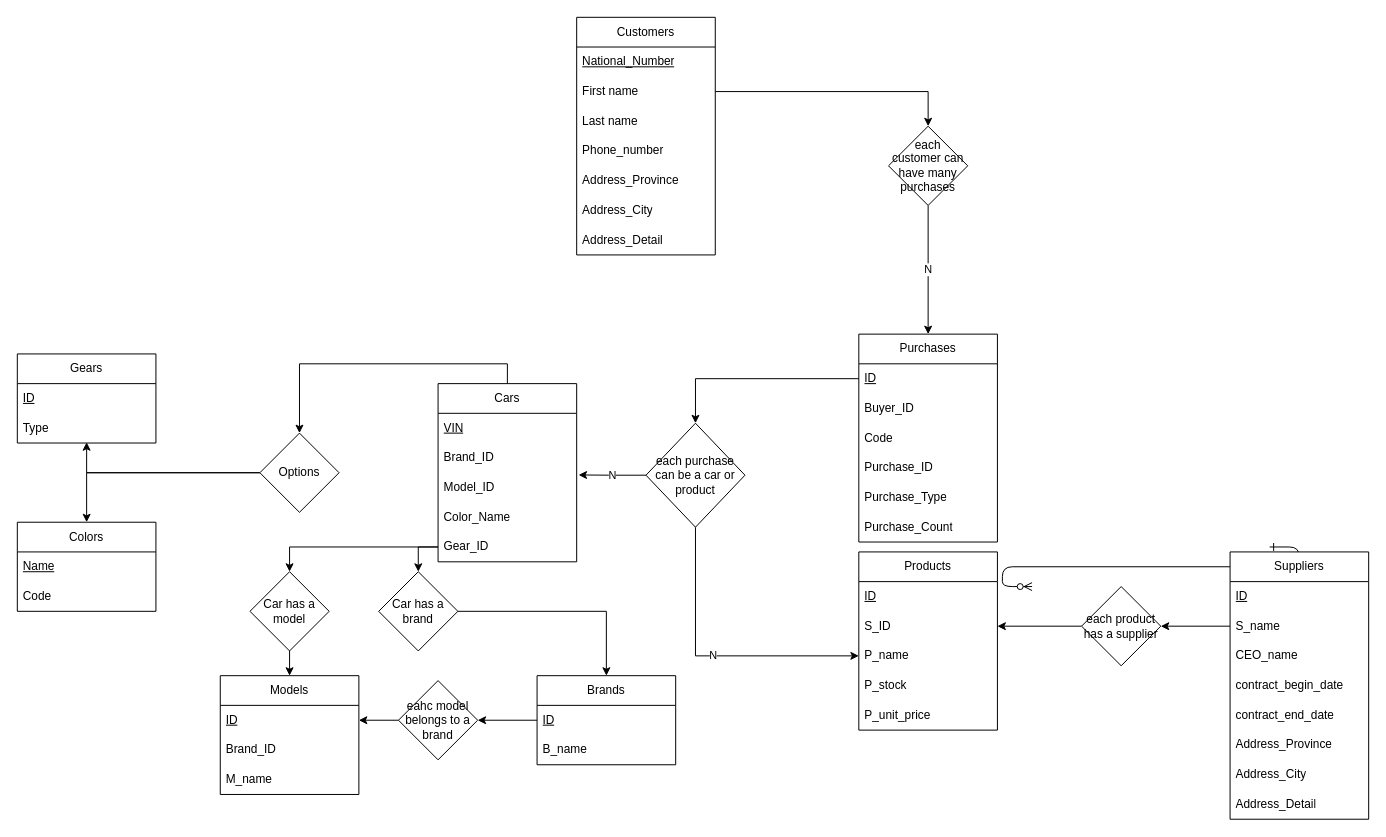
pouyam79i/DB_project keeps this draw.io diagram as P1/Database.drawio. Above is the earlier version. Source tidied: cells renumbered, new cells numbered last; positions are measured from the earlier drawing's top-left corner, leaving out a move shared by most shapes. Both pictures are drawn from the tidied source at 99%, with x=0, y=0 at pixel (17, 17).
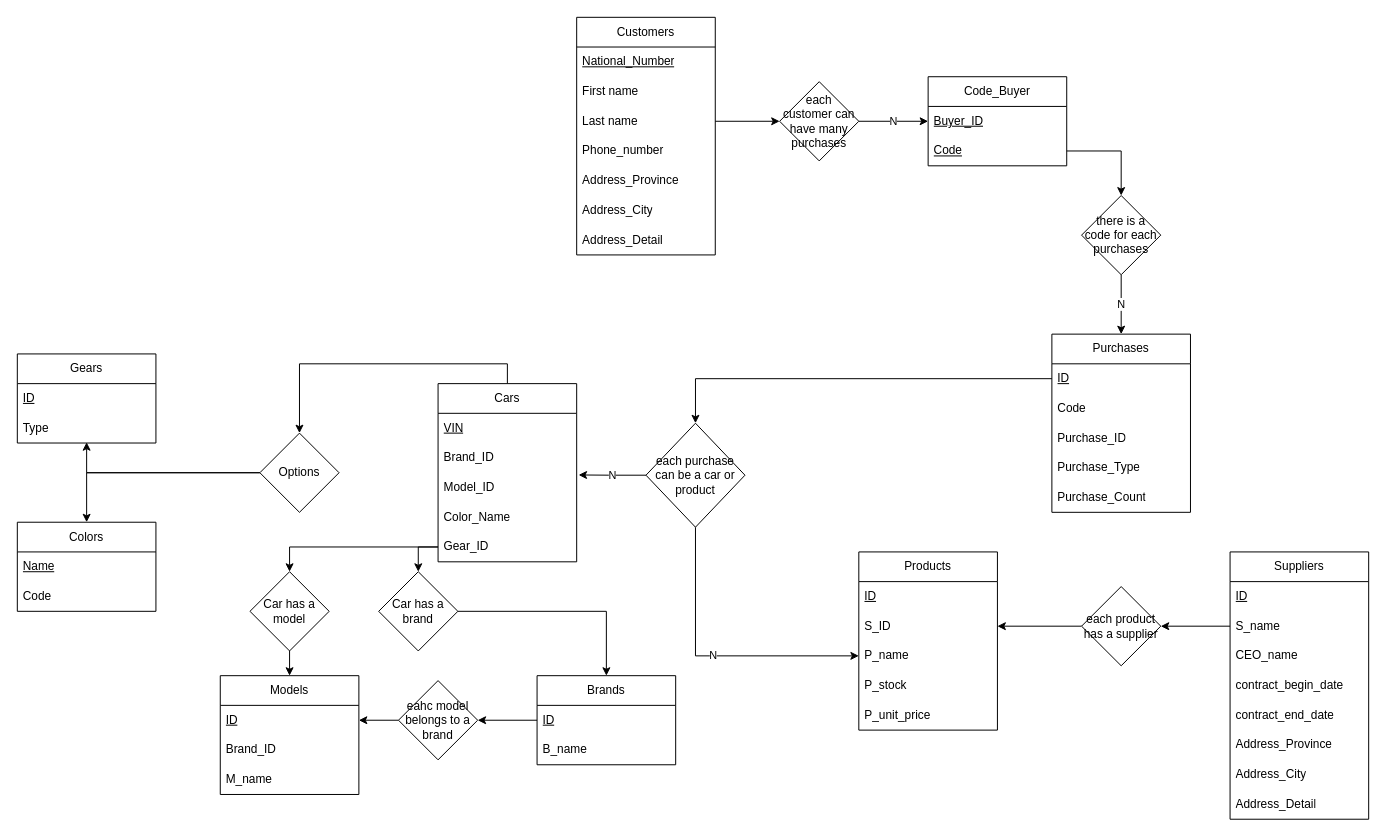
After the change.

The change refers to these unchanged cells:
```xml
<mxCell id="41" value="First name" style="text;strokeColor=none;fillColor=none;align=left;verticalAlign=middle;spacingLeft=4;spacingRight=4;overflow=hidden;points=[[0,0.5],[1,0.5]];portConstraint=eastwest;whiteSpace=wrap;html=1;" parent="39" vertex="1">
  <mxGeometry y="60" width="140" height="30" as="geometry" />
</mxCell>
<mxCell id="42" value="Last name" style="text;strokeColor=none;fillColor=none;align=left;verticalAlign=middle;spacingLeft=4;spacingRight=4;overflow=hidden;points=[[0,0.5],[1,0.5]];portConstraint=eastwest;whiteSpace=wrap;html=1;" parent="39" vertex="1">
  <mxGeometry y="90" width="140" height="30" as="geometry" />
</mxCell>
```

The edit, as a diff of the source:
```diff
@@
-    <mxCell id="2" style="edgeStyle=entityRelationEdgeStyle;endArrow=ERzeroToMany;startArrow=ERone;endFill=1;startFill=0;" parent="1" edge="1">
-      <mxGeometry relative="1" as="geometry">
-        <mxPoint x="1265" y="535" as="sourcePoint" />
-        <mxPoint x="1025" y="575" as="targetPoint" />
-      </mxGeometry>
-    </mxCell>
@@
     <mxCell id="47" value="Purchases" style="swimlane;fontStyle=0;horizontal=1;startSize=30;whiteSpace=wrap;html=1;" parent="1" vertex="1">
-      <mxGeometry x="850" y="320" width="140" height="210" as="geometry" />
+      <mxGeometry x="1045" y="320" width="140" height="180" as="geometry" />
     </mxCell>
@@
-    <mxCell id="49" value="Buyer_ID" style="text;strokeColor=none;fillColor=none;align=left;verticalAlign=middle;spacingLeft=4;spacingRight=4;overflow=hidden;points=[[0,0.5],[1,0.5]];portConstraint=eastwest;whiteSpace=wrap;html=1;" parent="47" vertex="1">
-      <mxGeometry y="60" width="140" height="30" as="geometry" />
-    </mxCell>
     <mxCell id="50" value="Code" style="text;strokeColor=none;fillColor=none;align=left;verticalAlign=middle;spacingLeft=4;spacingRight=4;overflow=hidden;whiteSpace=wrap;html=1;" parent="47" vertex="1">
-      <mxGeometry y="90" width="140" height="30" as="geometry" />
+      <mxGeometry y="60" width="140" height="30" as="geometry" />
     </mxCell>
     <mxCell id="51" value="Purchase_ID" style="text;strokeColor=none;fillColor=none;align=left;verticalAlign=middle;spacingLeft=4;spacingRight=4;overflow=hidden;whiteSpace=wrap;html=1;" parent="47" vertex="1">
-      <mxGeometry y="120" width="140" height="30" as="geometry" />
+      <mxGeometry y="90" width="140" height="30" as="geometry" />
     </mxCell>
     <mxCell id="52" value="Purchase_Type" style="text;strokeColor=none;fillColor=none;align=left;verticalAlign=middle;spacingLeft=4;spacingRight=4;overflow=hidden;whiteSpace=wrap;html=1;" parent="47" vertex="1">
-      <mxGeometry y="150" width="140" height="30" as="geometry" />
+      <mxGeometry y="120" width="140" height="30" as="geometry" />
     </mxCell>
     <mxCell id="53" value="Purchase_Count" style="text;strokeColor=none;fillColor=none;align=left;verticalAlign=middle;spacingLeft=4;spacingRight=4;overflow=hidden;whiteSpace=wrap;html=1;" parent="47" vertex="1">
-      <mxGeometry y="180" width="140" height="30" as="geometry" />
+      <mxGeometry y="150" width="140" height="30" as="geometry" />
     </mxCell>
@@
-    <mxCell id="69" value="N" style="edgeStyle=orthogonalEdgeStyle;rounded=0;jettySize=auto;html=1;exitX=0.5;exitY=1;exitDx=0;exitDy=0;entryX=0.5;entryY=0;entryDx=0;entryDy=0;" parent="1" edge="1" source="70" target="47">
-      <mxGeometry relative="1" as="geometry" />
-    </mxCell>
+    <mxCell id="75" value="N" style="edgeStyle=orthogonalEdgeStyle;rounded=0;jettySize=auto;html=1;exitX=1;exitY=0.5;exitDx=0;exitDy=0;entryX=0;entryY=0.5;entryDx=0;entryDy=0;" parent="1" edge="1" source="70" target="49">
+      <mxGeometry relative="1" as="geometry" />
+    </mxCell>
     <mxCell id="70" value="each customer can have many purchases" style="rhombus;whiteSpace=wrap;html=1;" parent="1" vertex="1">
-      <mxGeometry x="880" y="110" width="80" height="80" as="geometry" />
+      <mxGeometry x="770" y="65" width="80" height="80" as="geometry" />
     </mxCell>
-    <mxCell id="71" style="edgeStyle=orthogonalEdgeStyle;rounded=0;jettySize=auto;html=1;exitX=1;exitY=0.5;exitDx=0;exitDy=0;entryX=0.5;entryY=0;entryDx=0;entryDy=0;" parent="1" edge="1" source="41" target="70">
-      <mxGeometry relative="1" as="geometry" />
-    </mxCell>
@@
+    <mxCell id="76" value="Code_Buyer" style="swimlane;fontStyle=0;horizontal=1;startSize=30;whiteSpace=wrap;html=1;" parent="1" vertex="1">
+      <mxGeometry x="920" y="60" width="140" height="90" as="geometry" />
+    </mxCell>
+    <mxCell id="49" value="&lt;u&gt;Buyer_ID&lt;/u&gt;" style="text;strokeColor=none;fillColor=none;align=left;verticalAlign=middle;spacingLeft=4;spacingRight=4;overflow=hidden;points=[[0,0.5],[1,0.5]];portConstraint=eastwest;whiteSpace=wrap;html=1;" parent="76" vertex="1">
+      <mxGeometry y="30" width="140" height="30" as="geometry" />
+    </mxCell>
+    <mxCell id="77" value="&lt;u&gt;Code&lt;/u&gt;" style="text;strokeColor=none;fillColor=none;align=left;verticalAlign=middle;spacingLeft=4;spacingRight=4;overflow=hidden;points=[[0,0.5],[1,0.5]];portConstraint=eastwest;whiteSpace=wrap;html=1;" parent="76" vertex="1">
+      <mxGeometry y="60" width="140" height="30" as="geometry" />
+    </mxCell>
+    <mxCell id="69" value="N" style="edgeStyle=orthogonalEdgeStyle;rounded=0;jettySize=auto;html=1;exitX=0.5;exitY=1;exitDx=0;exitDy=0;entryX=0.5;entryY=0;entryDx=0;entryDy=0;" parent="1" edge="1" source="78" target="47">
+      <mxGeometry relative="1" as="geometry" />
+    </mxCell>
+    <mxCell id="78" value="there is a code for each purchases" style="rhombus;whiteSpace=wrap;html=1;" parent="1" vertex="1">
+      <mxGeometry x="1075" y="180" width="80" height="80" as="geometry" />
+    </mxCell>
+    <mxCell id="79" style="edgeStyle=orthogonalEdgeStyle;rounded=0;jettySize=auto;html=1;exitX=1;exitY=0.5;exitDx=0;exitDy=0;entryX=0;entryY=0.5;entryDx=0;entryDy=0;" parent="1" edge="1" source="42" target="70">
+      <mxGeometry relative="1" as="geometry" />
+    </mxCell>
+    <mxCell id="80" style="edgeStyle=orthogonalEdgeStyle;rounded=0;jettySize=auto;html=1;exitX=1;exitY=0.5;exitDx=0;exitDy=0;entryX=0.5;entryY=0;entryDx=0;entryDy=0;" parent="1" edge="1" source="77" target="78">
+      <mxGeometry relative="1" as="geometry" />
+    </mxCell>
```
